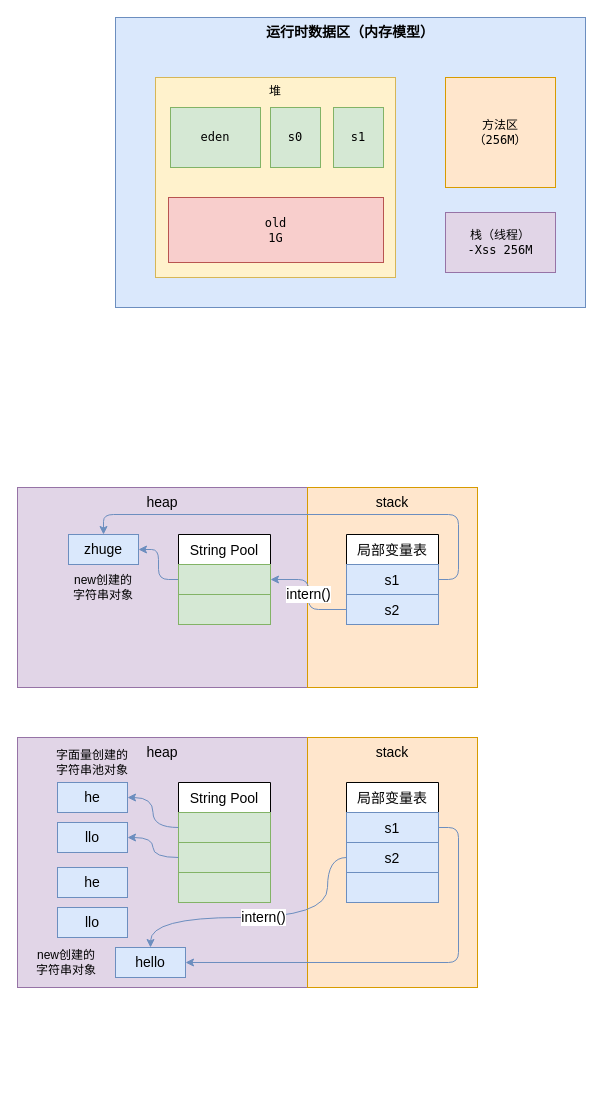
The draw.io diagram Untitled Diagram.drawio in songailin/draw, before the edit. Source tidied: cells renumbered, new cells numbered last; positions are measured from the earlier drawing's top-left corner, leaving out a move shared by most shapes. Both pictures are drawn from the tidied source at 100%, with x=0, y=0 at pixel (17, 17).
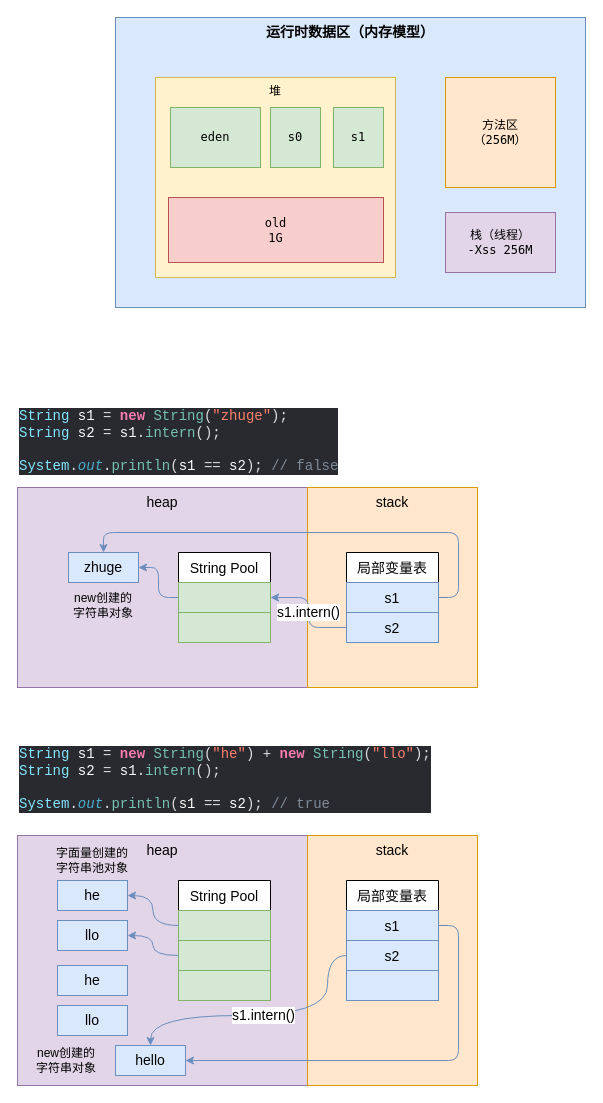
The same page after the edit.

The change refers to these unchanged cells:
```xml
<mxCell id="14" value="s2" style="text;strokeColor=#6c8ebf;fillColor=#dae8fc;align=center;verticalAlign=middle;spacingLeft=4;spacingRight=4;overflow=hidden;points=[[0,0.5],[1,0.5]];portConstraint=eastwest;fontSize=14;" parent="12" vertex="1">
  <mxGeometry y="60" width="92" height="30" as="geometry" />
</mxCell>
<mxCell id="26" value="s2" style="text;strokeColor=#6c8ebf;fillColor=#dae8fc;align=center;verticalAlign=middle;spacingLeft=4;spacingRight=4;overflow=hidden;points=[[0,0.5],[1,0.5]];portConstraint=eastwest;fontSize=14;" parent="24" vertex="1">
  <mxGeometry y="60" width="92" height="30" as="geometry" />
</mxCell>
```

Diff of the diagram source:
```diff
@@
     <mxCell id="12" value="局部变量表" style="swimlane;fontStyle=0;horizontal=1;startSize=30;fontSize=14;" parent="1" vertex="1">
-      <mxGeometry x="329" y="517" width="92" height="90" as="geometry" />
+      <mxGeometry x="329" y="535" width="92" height="90" as="geometry" />
     </mxCell>
@@
     <mxCell id="16" value="String Pool" style="swimlane;fontStyle=0;horizontal=1;startSize=30;fontSize=14;" parent="1" vertex="1">
-      <mxGeometry x="161" y="517" width="92" height="90" as="geometry" />
+      <mxGeometry x="161" y="535" width="92" height="90" as="geometry" />
     </mxCell>
@@
     <mxCell id="19" value="zhuge" style="rounded=0;whiteSpace=wrap;html=1;fontSize=14;fillColor=#dae8fc;strokeColor=#6c8ebf;" parent="1" vertex="1">
-      <mxGeometry x="51" y="517" width="70" height="30" as="geometry" />
+      <mxGeometry x="51" y="535" width="70" height="30" as="geometry" />
     </mxCell>
@@
-    <mxCell id="21" value="intern()" style="edgeStyle=orthogonalEdgeStyle;jettySize=auto;html=1;exitX=0;exitY=0.5;exitDx=0;exitDy=0;fontSize=14;fillColor=#dae8fc;strokeColor=#6c8ebf;entryX=1;entryY=0.5;entryDx=0;entryDy=0;rounded=1;" parent="1" edge="1" source="14" target="16">
+    <mxCell id="21" value="s1.intern()" style="edgeStyle=orthogonalEdgeStyle;jettySize=auto;html=1;exitX=0;exitY=0.5;exitDx=0;exitDy=0;fontSize=14;fillColor=#dae8fc;strokeColor=#6c8ebf;entryX=1;entryY=0.5;entryDx=0;entryDy=0;rounded=1;" parent="1" edge="1" source="14" target="16">
       <mxGeometry relative="1" as="geometry" />
     </mxCell>
     <mxCell id="22" value="heap" style="rounded=0;whiteSpace=wrap;html=1;align=center;verticalAlign=top;fontSize=14;fillColor=#e1d5e7;strokeColor=#9673a6;" parent="1" vertex="1">
-      <mxGeometry y="720" width="290" height="250" as="geometry" />
+      <mxGeometry y="818" width="290" height="250" as="geometry" />
     </mxCell>
     <mxCell id="23" value="stack" style="rounded=0;whiteSpace=wrap;html=1;verticalAlign=top;fontSize=14;fillColor=#ffe6cc;strokeColor=#d79b00;" parent="1" vertex="1">
-      <mxGeometry x="290" y="720" width="170" height="250" as="geometry" />
+      <mxGeometry x="290" y="818" width="170" height="250" as="geometry" />
     </mxCell>
     <mxCell id="24" value="局部变量表" style="swimlane;fontStyle=0;horizontal=1;startSize=30;fontSize=14;" parent="1" vertex="1">
-      <mxGeometry x="329" y="765" width="92" height="120" as="geometry" />
+      <mxGeometry x="329" y="863" width="92" height="120" as="geometry" />
     </mxCell>
@@
     <mxCell id="28" value="String Pool" style="swimlane;fontStyle=0;horizontal=1;startSize=30;fontSize=14;" parent="1" vertex="1">
-      <mxGeometry x="161" y="765" width="92" height="120" as="geometry" />
+      <mxGeometry x="161" y="863" width="92" height="120" as="geometry" />
     </mxCell>
@@
     <mxCell id="32" value="he" style="rounded=0;whiteSpace=wrap;html=1;fontSize=14;fillColor=#dae8fc;strokeColor=#6c8ebf;" parent="1" vertex="1">
-      <mxGeometry x="40" y="765" width="70" height="30" as="geometry" />
+      <mxGeometry x="40" y="863" width="70" height="30" as="geometry" />
     </mxCell>
     <mxCell id="33" value="llo" style="rounded=0;whiteSpace=wrap;html=1;fontSize=14;fillColor=#dae8fc;strokeColor=#6c8ebf;" parent="1" vertex="1">
-      <mxGeometry x="40" y="805" width="70" height="30" as="geometry" />
+      <mxGeometry x="40" y="903" width="70" height="30" as="geometry" />
     </mxCell>
     <mxCell id="34" value="hello" style="rounded=0;whiteSpace=wrap;html=1;fontSize=14;fillColor=#dae8fc;strokeColor=#6c8ebf;" parent="1" vertex="1">
-      <mxGeometry x="98" y="930" width="70" height="30" as="geometry" />
+      <mxGeometry x="98" y="1028" width="70" height="30" as="geometry" />
     </mxCell>
@@
     <mxCell id="38" value="he" style="rounded=0;whiteSpace=wrap;html=1;fontSize=14;fillColor=#dae8fc;strokeColor=#6c8ebf;" parent="1" vertex="1">
-      <mxGeometry x="40" y="850" width="70" height="30" as="geometry" />
+      <mxGeometry x="40" y="948" width="70" height="30" as="geometry" />
     </mxCell>
     <mxCell id="39" value="llo" style="rounded=0;whiteSpace=wrap;html=1;fontSize=14;fillColor=#dae8fc;strokeColor=#6c8ebf;" parent="1" vertex="1">
-      <mxGeometry x="40" y="890" width="70" height="30" as="geometry" />
+      <mxGeometry x="40" y="988" width="70" height="30" as="geometry" />
     </mxCell>
     <mxCell id="40" value="字面量创建的字符串池对象" style="text;html=1;strokeColor=none;fillColor=none;align=center;verticalAlign=middle;whiteSpace=wrap;rounded=0;fontSize=12;" parent="1" vertex="1">
-      <mxGeometry x="36" y="730" width="78" height="30" as="geometry" />
+      <mxGeometry x="36" y="828" width="78" height="30" as="geometry" />
     </mxCell>
-    <mxCell id="41" value="intern()" style="edgeStyle=orthogonalEdgeStyle;jettySize=auto;html=1;fontSize=14;fillColor=#dae8fc;strokeColor=#6c8ebf;exitX=0;exitY=0.5;exitDx=0;exitDy=0;entryX=0.5;entryY=0;entryDx=0;entryDy=0;curved=1;" parent="1" edge="1" source="26" target="34">
+    <mxCell id="41" value="s1.intern()" style="edgeStyle=orthogonalEdgeStyle;jettySize=auto;html=1;fontSize=14;fillColor=#dae8fc;strokeColor=#6c8ebf;exitX=0;exitY=0.5;exitDx=0;exitDy=0;entryX=0.5;entryY=0;entryDx=0;entryDy=0;curved=1;" parent="1" edge="1" source="26" target="34">
       <mxGeometry relative="1" as="geometry">
         <Array as="points">
-          <mxPoint x="310" y="840" />
-          <mxPoint x="310" y="900" />
-          <mxPoint x="133" y="900" />
+          <mxPoint x="310" y="938" />
+          <mxPoint x="310" y="998" />
+          <mxPoint x="133" y="998" />
         </Array>
       </mxGeometry>
     </mxCell>
     <mxCell id="42" value="new创建的&lt;br&gt;字符串对象" style="text;html=1;strokeColor=none;fillColor=none;align=center;verticalAlign=middle;whiteSpace=wrap;rounded=0;fontSize=12;" parent="1" vertex="1">
-      <mxGeometry x="10" y="930" width="78" height="30" as="geometry" />
+      <mxGeometry x="10" y="1028" width="78" height="30" as="geometry" />
     </mxCell>
     <mxCell id="43" value="new创建的&lt;br&gt;字符串对象" style="text;html=1;strokeColor=none;fillColor=none;align=center;verticalAlign=middle;whiteSpace=wrap;rounded=0;fontSize=12;" parent="1" vertex="1">
-      <mxGeometry x="47" y="555" width="78" height="30" as="geometry" />
+      <mxGeometry x="47" y="573" width="78" height="30" as="geometry" />
     </mxCell>
+    <mxCell id="44" value="&lt;pre style=&quot;background-color: #292a30 ; color: #dfdfe0 ; font-family: &amp;quot;jetbrains mono&amp;quot; , monospace ; font-size: 10.5pt&quot;&gt;&lt;span style=&quot;color: #82e6ff&quot;&gt;String &lt;/span&gt;&lt;span style=&quot;color: #fcfcfc&quot;&gt;s1 &lt;/span&gt;= &lt;span style=&quot;color: #f97bb0 ; font-weight: bold&quot;&gt;new &lt;/span&gt;&lt;span style=&quot;color: #75c2b3&quot;&gt;String&lt;/span&gt;(&lt;span style=&quot;color: #ff806c&quot;&gt;&quot;he&quot;&lt;/span&gt;) + &lt;span style=&quot;color: #f97bb0 ; font-weight: bold&quot;&gt;new &lt;/span&gt;&lt;span style=&quot;color: #75c2b3&quot;&gt;String&lt;/span&gt;(&lt;span style=&quot;color: #ff806c&quot;&gt;&quot;llo&quot;&lt;/span&gt;);&lt;br&gt;&lt;span style=&quot;color: #82e6ff&quot;&gt;String &lt;/span&gt;&lt;span style=&quot;color: #fcfcfc&quot;&gt;s2 &lt;/span&gt;= &lt;span style=&quot;color: #fcfcfc&quot;&gt;s1&lt;/span&gt;.&lt;span style=&quot;color: #75c2b3&quot;&gt;intern&lt;/span&gt;();&lt;br&gt;&lt;br&gt;&lt;span style=&quot;color: #82e6ff&quot;&gt;System&lt;/span&gt;.&lt;span style=&quot;color: #49b0ce ; font-style: italic&quot;&gt;out&lt;/span&gt;.&lt;span style=&quot;color: #75c2b3&quot;&gt;println&lt;/span&gt;(&lt;span style=&quot;color: #fcfcfc&quot;&gt;s1 &lt;/span&gt;== &lt;span style=&quot;color: #fcfcfc&quot;&gt;s2&lt;/span&gt;); &lt;span style=&quot;color: #7f8c99&quot;&gt;// true&lt;/span&gt;&lt;/pre&gt;" style="text;whiteSpace=wrap;html=1;fontSize=14;" parent="1" vertex="1">
+      <mxGeometry y="708" width="370" height="110" as="geometry" />
+    </mxCell>
+    <mxCell id="45" value="&lt;pre style=&quot;background-color: #292a30 ; color: #dfdfe0 ; font-family: &amp;quot;jetbrains mono&amp;quot; , monospace ; font-size: 10.5pt&quot;&gt;&lt;span style=&quot;color: #82e6ff&quot;&gt;String &lt;/span&gt;&lt;span style=&quot;color: #fcfcfc&quot;&gt;s1 &lt;/span&gt;= &lt;span style=&quot;color: #f97bb0 ; font-weight: bold&quot;&gt;new &lt;/span&gt;&lt;span style=&quot;color: #75c2b3&quot;&gt;String&lt;/span&gt;(&lt;span style=&quot;color: #ff806c&quot;&gt;&quot;zhuge&quot;&lt;/span&gt;);&lt;br&gt;&lt;span style=&quot;color: #82e6ff&quot;&gt;String &lt;/span&gt;&lt;span style=&quot;color: #fcfcfc&quot;&gt;s2 &lt;/span&gt;= &lt;span style=&quot;color: #fcfcfc&quot;&gt;s1&lt;/span&gt;.&lt;span style=&quot;color: #75c2b3&quot;&gt;intern&lt;/span&gt;();&lt;br&gt;&lt;br&gt;&lt;span style=&quot;color: #82e6ff&quot;&gt;System&lt;/span&gt;.&lt;span style=&quot;color: #49b0ce ; font-style: italic&quot;&gt;out&lt;/span&gt;.&lt;span style=&quot;color: #75c2b3&quot;&gt;println&lt;/span&gt;(&lt;span style=&quot;color: #fcfcfc&quot;&gt;s1 &lt;/span&gt;== &lt;span style=&quot;color: #fcfcfc&quot;&gt;s2&lt;/span&gt;); &lt;span style=&quot;color: #7f8c99&quot;&gt;// false&lt;/span&gt;&lt;/pre&gt;" style="text;whiteSpace=wrap;html=1;fontSize=14;" parent="1" vertex="1">
+      <mxGeometry y="370" width="290" height="110" as="geometry" />
+    </mxCell>
```
